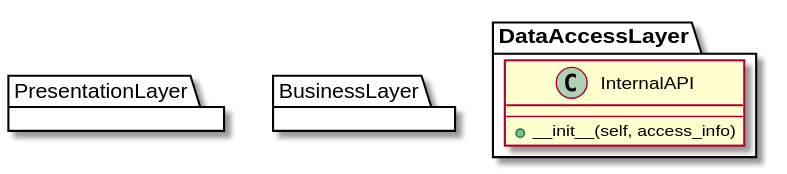
Earlier version of the PlantUML export documentation/Classes.svg (5l1v3r1/SocialBot-1).
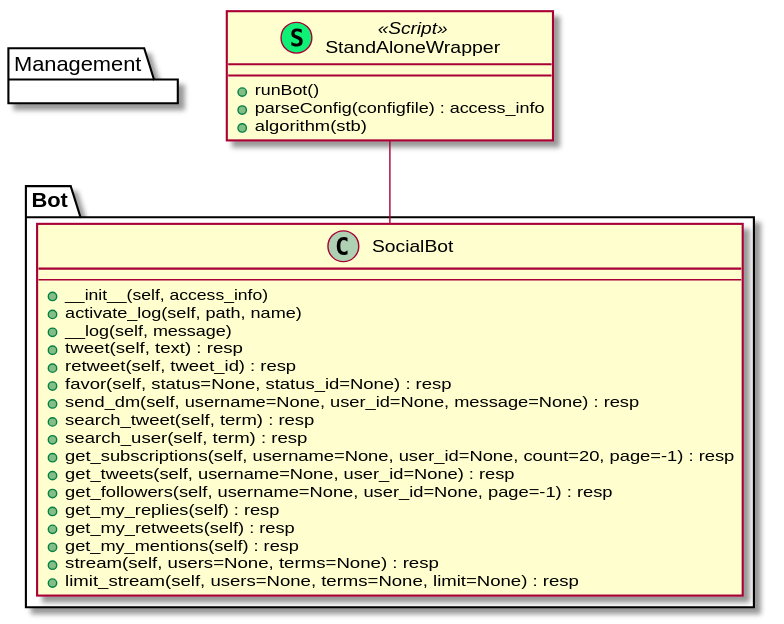
The same file after the commit.

Commit message:
Added StandAlone Wrapper and updated class-diagram

Change to the diagram source:
```diff
@@ -1,14 +1,34 @@
 @startuml
-package PresentationLayer <<Folder>> {
+class StandAloneWrapper << (S,#0FF077) Script >> {
+  + runBot()
+  + parseConfig(configfile) : access_info
+  + algorithm(stb)
+}
+package Management <<Folder>> {
 
 }
-package BusinessLayer <<Folder>> {
-
-}
-package DataAccessLayer <<Folder>> {
-  class InternalAPI {
+package Bot <<Folder>> {
+  class SocialBot {
     --
     + __init__(self, access_info)
+    + activate_log(self, path, name)
+    + __log(self, message)
+    + tweet(self, text) : resp
+    + retweet(self, tweet_id) : resp
+    + favor(self, status=None, status_id=None) : resp
+    + send_dm(self, username=None, user_id=None, message=None) : resp
+    + search_tweet(self, term) : resp
+    + search_user(self, term) : resp
+    + get_subscriptions(self, username=None, user_id=None, count=20, page=-1) : resp
+    + get_tweets(self, username=None, user_id=None) : resp
+    + get_followers(self, username=None, user_id=None, page=-1) : resp
+    + get_my_replies(self) : resp
+    + get_my_retweets(self) : resp
+    + get_my_mentions(self) : resp
+    + stream(self, users=None, terms=None) : resp
+    + limit_stream(self, users=None, terms=None, limit=None) : resp
   }
 }
+
+StandAloneWrapper -- SocialBot
 @enduml
```
